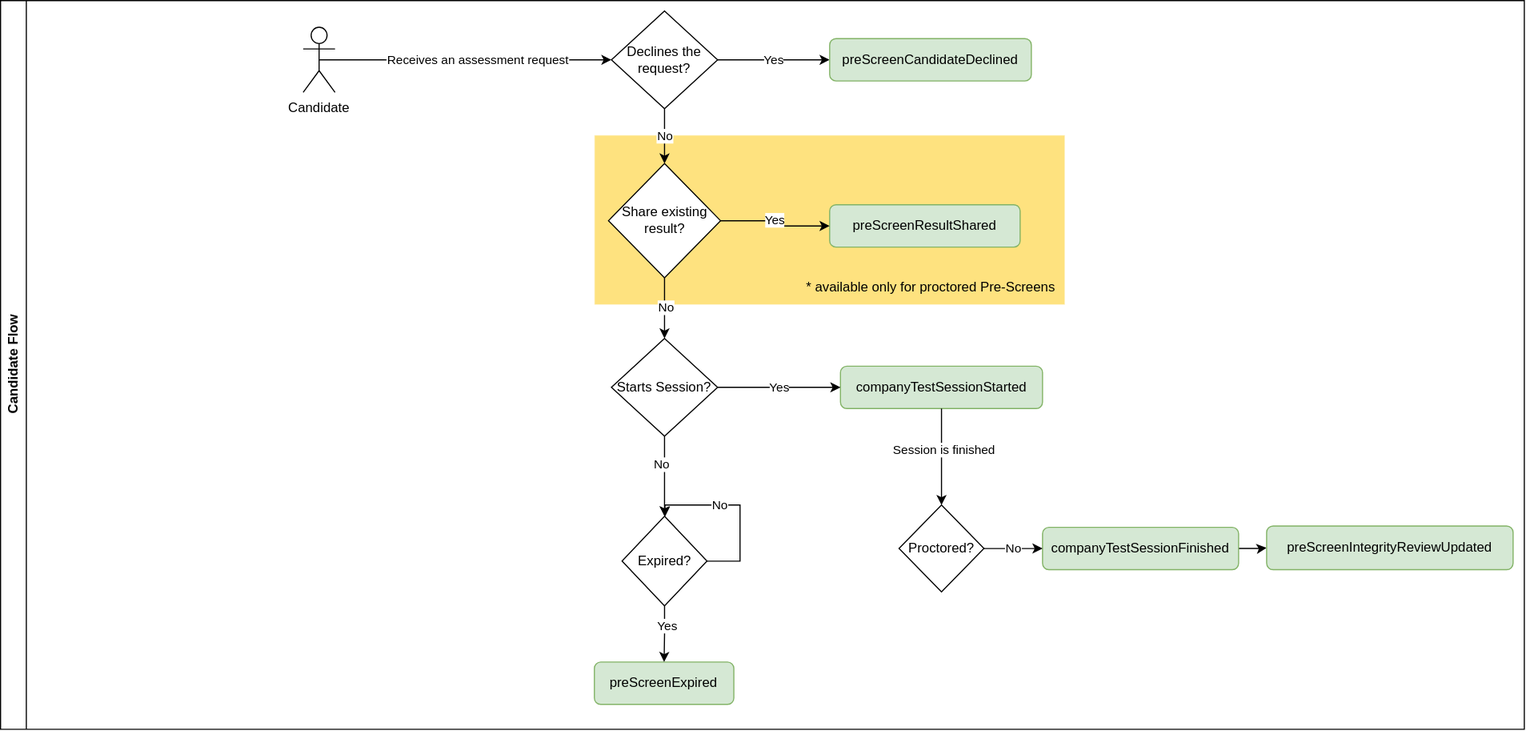
This is docs/images/candidate-events.svg from CodeSignal/developer-docs, a draw.io export, as it was before one commit. Source tidied: cells renumbered, new cells last; positions are measured from the earlier drawing's top-left corner, leaving out a move shared by most shapes.
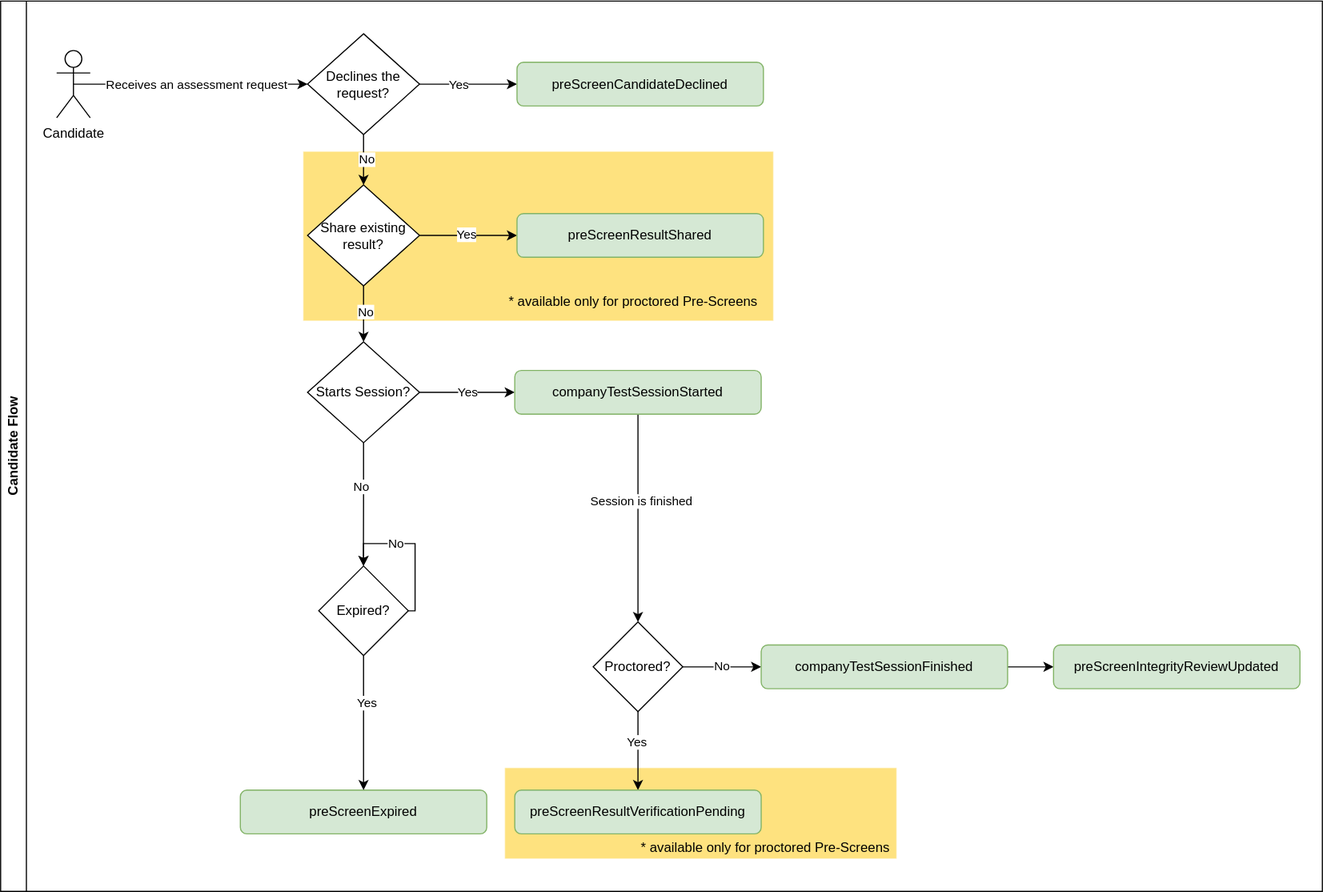
The same file after the commit.

Change to the diagram source:
```diff
@@ -3,113 +3,140 @@
     <mxCell id="0" />
     <mxCell id="1" parent="0" />
     <mxCell id="2" value="Candidate Flow" style="swimlane;horizontal=0;whiteSpace=wrap;html=1;" parent="1" vertex="1">
-      <mxGeometry width="1360" height="650" as="geometry" />
+      <mxGeometry width="1180" height="794.5" as="geometry" />
     </mxCell>
-    <mxCell id="3" style="rounded=0;whiteSpace=wrap;html=1;fillColor=#fec600ff;strokeColor=#FFFFFF;opacity=50;" parent="2" vertex="1">
-      <mxGeometry x="530" y="120" width="420" height="151.3" as="geometry" />
+    <mxCell id="3" value="Candidate" style="shape=umlActor;verticalLabelPosition=bottom;verticalAlign=top;html=1;outlineConnect=0;" parent="2" vertex="1">
+      <mxGeometry x="50" y="44.1" width="30" height="60" as="geometry" />
     </mxCell>
-    <mxCell id="4" value="Candidate" style="shape=umlActor;verticalLabelPosition=bottom;verticalAlign=top;html=1;outlineConnect=0;" parent="2" vertex="1">
-      <mxGeometry x="270.1" y="23.7" width="28.4" height="58.1" as="geometry" />
+    <mxCell id="4" style="edgeStyle=orthogonalEdgeStyle;rounded=0;jettySize=auto;html=1;exitX=0.5;exitY=0.5;exitDx=0;exitDy=0;exitPerimeter=0;entryX=0;entryY=0.5;entryDx=0;entryDy=0;" parent="2" edge="1" source="3" target="11">
+      <mxGeometry relative="1" as="geometry" />
     </mxCell>
-    <mxCell id="5" value="Starts Session?" style="rhombus;whiteSpace=wrap;html=1;" parent="2" vertex="1">
-      <mxGeometry x="545.2" y="301.4" width="94.8" height="87.2" as="geometry" />
+    <mxCell id="5" value="Receives an assessment request" style="edgeLabel;html=1;align=center;verticalAlign=middle;points=[];" parent="4" vertex="1">
+      <mxGeometry x="0.23" y="1" relative="1" as="geometry">
+        <mxPoint x="-20" y="1" as="offset" />
+      </mxGeometry>
     </mxCell>
-    <mxCell id="6" style="edgeStyle=orthogonalEdgeStyle;rounded=0;jettySize=auto;html=1;exitX=0.5;exitY=0.5;exitDx=0;exitDy=0;exitPerimeter=0;entryX=0;entryY=0.5;entryDx=0;entryDy=0;" parent="2" edge="1" source="4" target="24">
-      <mxGeometry relative="1" as="geometry" />
+    <mxCell id="6" style="rounded=0;whiteSpace=wrap;html=1;fillColor=#fec600ff;strokeColor=#FFFFFF;opacity=50;" parent="2" vertex="1">
+      <mxGeometry x="450" y="684.1" width="350" height="81.3" as="geometry" />
     </mxCell>
-    <mxCell id="7" value="Receives an assessment request" style="edgeLabel;html=1;align=center;verticalAlign=middle;" parent="6" vertex="1">
-      <mxGeometry x="0.23" y="1" relative="1" as="geometry">
-        <mxPoint x="-20" y="1" as="offset" />
-      </mxGeometry>
+    <mxCell id="7" style="rounded=0;whiteSpace=wrap;html=1;fillColor=#fec600ff;strokeColor=#FFFFFF;opacity=50;" parent="2" vertex="1">
+      <mxGeometry x="270" y="134.1" width="420" height="151.3" as="geometry" />
     </mxCell>
-    <mxCell id="8" value="companyTestSessionStarted" style="rounded=1;whiteSpace=wrap;html=1;fillColor=#d5e8d4;strokeColor=#82b366;" parent="2" vertex="1">
-      <mxGeometry x="749.6" y="326.1" width="180.4" height="37.8" as="geometry" />
+    <mxCell id="8" value="&lt;span style=&quot;color: rgb(0, 0, 0); font-family: Helvetica; font-size: 12px; font-style: normal; font-variant-ligatures: normal; font-variant-caps: normal; font-weight: 400; letter-spacing: normal; orphans: 2; text-indent: 0px; text-transform: none; widows: 2; word-spacing: 0px; -webkit-text-stroke-width: 0px; white-space: nowrap; text-decoration-thickness: initial; text-decoration-style: initial; text-decoration-color: initial; float: none; display: inline !important;&quot;&gt;* available only for proctored Pre-Screens&lt;/span&gt;" style="text;whiteSpace=wrap;html=1;fillColor=none;align=center;labelBackgroundColor=none;" parent="2" vertex="1">
+      <mxGeometry x="435" y="254.1" width="260" height="40" as="geometry" />
     </mxCell>
-    <mxCell id="9" value="Yes" style="edgeStyle=orthogonalEdgeStyle;rounded=0;jettySize=auto;html=1;entryX=0;entryY=0.5;entryDx=0;entryDy=0;" parent="2" edge="1" source="5" target="8">
+    <mxCell id="9" style="edgeStyle=orthogonalEdgeStyle;rounded=0;jettySize=auto;html=1;exitX=1;exitY=0.5;exitDx=0;exitDy=0;entryX=0;entryY=0.5;entryDx=0;entryDy=0;" parent="2" edge="1" source="11" target="12">
       <mxGeometry relative="1" as="geometry" />
     </mxCell>
-    <mxCell id="10" value="Proctored?" style="rhombus;whiteSpace=wrap;html=1;" parent="2" vertex="1">
-      <mxGeometry x="801.9" y="450" width="75.8" height="77.5" as="geometry" />
+    <mxCell id="10" value="Yes" style="edgeLabel;html=1;align=center;verticalAlign=middle;points=[];" parent="9" vertex="1">
+      <mxGeometry x="-0.2" y="-2" relative="1" as="geometry">
+        <mxPoint y="-2" as="offset" />
+      </mxGeometry>
     </mxCell>
-    <mxCell id="11" style="edgeStyle=orthogonalEdgeStyle;rounded=0;jettySize=auto;html=1;exitX=0.5;exitY=1;exitDx=0;exitDy=0;entryX=0.5;entryY=0;entryDx=0;entryDy=0;" parent="2" edge="1" source="8" target="10">
-      <mxGeometry relative="1" as="geometry" />
+    <mxCell id="11" value="Declines the request?" style="rhombus;whiteSpace=wrap;html=1;" parent="2" vertex="1">
+      <mxGeometry x="274" y="29.1" width="100" height="90" as="geometry" />
     </mxCell>
-    <mxCell id="12" value="Session is finished" style="edgeLabel;html=1;align=center;verticalAlign=middle;points=[];" parent="11" vertex="1">
-      <mxGeometry x="-0.16" y="2" relative="1" as="geometry" />
+    <mxCell id="12" value="preScreenCandidateDeclined" style="rounded=1;whiteSpace=wrap;html=1;fillColor=#d5e8d4;strokeColor=#82b366;" parent="2" vertex="1">
+      <mxGeometry x="461" y="54.6" width="220" height="39" as="geometry" />
     </mxCell>
-    <mxCell id="13" style="edgeStyle=orthogonalEdgeStyle;rounded=0;jettySize=auto;html=1;" parent="2" edge="1" source="14" target="34">
+    <mxCell id="13" value="Yes" style="edgeStyle=orthogonalEdgeStyle;rounded=0;jettySize=auto;html=1;exitX=1;exitY=0.5;exitDx=0;exitDy=0;entryX=0;entryY=0.5;entryDx=0;entryDy=0;" parent="2" edge="1" source="16" target="19">
       <mxGeometry relative="1" as="geometry" />
     </mxCell>
-    <mxCell id="14" value="companyTestSessionFinished" style="rounded=1;whiteSpace=wrap;html=1;fillColor=#d5e8d4;strokeColor=#82b366;" parent="2" vertex="1">
-      <mxGeometry x="930" y="469.9" width="175" height="37.8" as="geometry" />
+    <mxCell id="14" style="edgeStyle=orthogonalEdgeStyle;rounded=0;jettySize=auto;html=1;exitX=0.5;exitY=1;exitDx=0;exitDy=0;" parent="2" edge="1" source="16">
+      <mxGeometry relative="1" as="geometry">
+        <mxPoint x="323.9" y="504.1" as="targetPoint" />
+      </mxGeometry>
     </mxCell>
-    <mxCell id="15" value="No" style="edgeStyle=orthogonalEdgeStyle;rounded=0;jettySize=auto;html=1;exitX=1;exitY=0.5;exitDx=0;exitDy=0;entryX=0;entryY=0.5;entryDx=0;entryDy=0;" parent="2" edge="1" source="10" target="14">
-      <mxGeometry relative="1" as="geometry" />
+    <mxCell id="15" value="No" style="edgeLabel;html=1;align=center;verticalAlign=middle;" parent="14" vertex="1">
+      <mxGeometry x="-0.3" y="-3" relative="1" as="geometry" />
     </mxCell>
-    <mxCell id="16" value="preScreenExpired" style="rounded=1;whiteSpace=wrap;html=1;fillColor=#d5e8d4;strokeColor=#82b366;" parent="2" vertex="1">
-      <mxGeometry x="530" y="590" width="124.5" height="37.8" as="geometry" />
+    <mxCell id="16" value="Starts Session?" style="rhombus;whiteSpace=wrap;html=1;" parent="2" vertex="1">
+      <mxGeometry x="274" y="304.1" width="100" height="90" as="geometry" />
     </mxCell>
-    <mxCell id="17" style="edgeStyle=orthogonalEdgeStyle;rounded=0;jettySize=auto;html=1;entryX=0.5;entryY=0;entryDx=0;entryDy=0;" parent="2" edge="1" source="21" target="16">
+    <mxCell id="17" style="edgeStyle=orthogonalEdgeStyle;rounded=0;jettySize=auto;html=1;exitX=0.5;exitY=1;exitDx=0;exitDy=0;entryX=0.5;entryY=0;entryDx=0;entryDy=0;" parent="2" edge="1" source="19" target="23">
       <mxGeometry relative="1" as="geometry" />
     </mxCell>
-    <mxCell id="18" value="Yes" style="edgeLabel;html=1;align=center;verticalAlign=middle;" parent="17" vertex="1">
-      <mxGeometry x="-0.3" y="2" relative="1" as="geometry" />
+    <mxCell id="18" value="Session is finished" style="edgeLabel;html=1;align=center;verticalAlign=middle;" parent="17" vertex="1">
+      <mxGeometry x="-0.16" y="2" relative="1" as="geometry" />
     </mxCell>
-    <mxCell id="19" style="edgeStyle=orthogonalEdgeStyle;rounded=0;jettySize=auto;html=1;" parent="2" edge="1" source="5" target="21">
-      <mxGeometry relative="1" as="geometry" />
+    <mxCell id="19" value="companyTestSessionStarted" style="rounded=1;whiteSpace=wrap;html=1;fillColor=#d5e8d4;strokeColor=#82b366;" parent="2" vertex="1">
+      <mxGeometry x="459" y="329.6" width="220" height="39" as="geometry" />
     </mxCell>
-    <mxCell id="20" value="No" style="edgeLabel;html=1;align=center;verticalAlign=middle;" parent="19" vertex="1">
-      <mxGeometry x="-0.3" y="-3" relative="1" as="geometry" />
+    <mxCell id="20" style="edgeStyle=orthogonalEdgeStyle;rounded=0;jettySize=auto;html=1;exitX=0.5;exitY=1;exitDx=0;exitDy=0;entryX=0.5;entryY=0;entryDx=0;entryDy=0;" parent="2" edge="1" source="23" target="26">
+      <mxGeometry relative="1" as="geometry" />
     </mxCell>
-    <mxCell id="21" value="Expired?" style="rhombus;whiteSpace=wrap;html=1;" parent="2" vertex="1">
-      <mxGeometry x="554.7" y="460" width="75.8" height="80" as="geometry" />
+    <mxCell id="21" value="Yes" style="edgeLabel;html=1;align=center;verticalAlign=middle;points=[];" parent="20" vertex="1">
+      <mxGeometry x="-0.23" y="-2" relative="1" as="geometry" />
     </mxCell>
-    <mxCell id="22" value="Yes" style="edgeStyle=orthogonalEdgeStyle;rounded=0;jettySize=auto;html=1;exitX=1;exitY=0.5;exitDx=0;exitDy=0;entryX=0;entryY=0.5;entryDx=0;entryDy=0;" parent="2" edge="1" source="24" target="25">
-      <mxGeometry relative="1" as="geometry" />
+    <mxCell id="22" value="No" style="edgeStyle=orthogonalEdgeStyle;rounded=0;jettySize=auto;html=1;exitX=1;exitY=0.5;exitDx=0;exitDy=0;entryX=0;entryY=0.5;entryDx=0;entryDy=0;" parent="2" edge="1" source="23">
+      <mxGeometry relative="1" as="geometry">
+        <mxPoint x="679" y="594.1" as="targetPoint" />
+      </mxGeometry>
     </mxCell>
-    <mxCell id="23" value="No" style="edgeStyle=orthogonalEdgeStyle;rounded=0;jettySize=auto;html=1;exitX=0.5;exitY=1;exitDx=0;exitDy=0;entryX=0.5;entryY=0;entryDx=0;entryDy=0;" parent="2" edge="1" source="24" target="28">
-      <mxGeometry relative="1" as="geometry" />
+    <mxCell id="23" value="Proctored?" style="rhombus;whiteSpace=wrap;html=1;" parent="2" vertex="1">
+      <mxGeometry x="529" y="554.1" width="80" height="80" as="geometry" />
     </mxCell>
-    <mxCell id="24" value="Declines the request?" style="rhombus;whiteSpace=wrap;html=1;" parent="2" vertex="1">
-      <mxGeometry x="545.2" y="9.2" width="94.8" height="87.2" as="geometry" />
+    <mxCell id="24" style="edgeStyle=orthogonalEdgeStyle;rounded=0;jettySize=auto;html=1;" parent="2" edge="1" source="25" target="40">
+      <mxGeometry relative="1" as="geometry" />
     </mxCell>
-    <mxCell id="25" value="preScreenCandidateDeclined" style="rounded=1;whiteSpace=wrap;html=1;fillColor=#d5e8d4;strokeColor=#82b366;" parent="2" vertex="1">
-      <mxGeometry x="740" y="33.9" width="180" height="37.8" as="geometry" />
+    <mxCell id="25" value="companyTestSessionFinished" style="rounded=1;whiteSpace=wrap;html=1;fillColor=#d5e8d4;strokeColor=#82b366;" parent="2" vertex="1">
+      <mxGeometry x="679" y="574.6" width="220" height="39" as="geometry" />
     </mxCell>
-    <mxCell id="26" style="edgeStyle=orthogonalEdgeStyle;rounded=0;jettySize=auto;html=1;exitX=0.5;exitY=1;exitDx=0;exitDy=0;entryX=0.5;entryY=0;entryDx=0;entryDy=0;" parent="2" edge="1" source="28" target="5">
-      <mxGeometry relative="1" as="geometry" />
+    <mxCell id="26" value="preScreenResultVerificationPending" style="rounded=1;whiteSpace=wrap;html=1;fillColor=#d5e8d4;strokeColor=#82b366;" parent="2" vertex="1">
+      <mxGeometry x="459" y="704.1" width="220" height="39" as="geometry" />
     </mxCell>
-    <mxCell id="27" value="No" style="edgeLabel;html=1;align=center;verticalAlign=middle;points=[];" parent="26" vertex="1">
-      <mxGeometry x="-0.03" y="1" relative="1" as="geometry" />
+    <mxCell id="27" value="preScreenExpired" style="rounded=1;whiteSpace=wrap;html=1;fillColor=#d5e8d4;strokeColor=#82b366;" parent="2" vertex="1">
+      <mxGeometry x="214" y="704.1" width="220" height="39" as="geometry" />
     </mxCell>
-    <mxCell id="28" value="Share existing result?" style="rhombus;whiteSpace=wrap;html=1;" parent="2" vertex="1">
-      <mxGeometry x="542.6" y="145.3" width="100" height="101.9" as="geometry" />
+    <mxCell id="28" style="edgeStyle=orthogonalEdgeStyle;rounded=0;jettySize=auto;html=1;exitX=0.5;exitY=1;exitDx=0;exitDy=0;entryX=0.5;entryY=0;entryDx=0;entryDy=0;" parent="2" edge="1" source="30" target="27">
+      <mxGeometry relative="1" as="geometry" />
     </mxCell>
-    <mxCell id="29" value="preScreenResultShared" style="rounded=1;whiteSpace=wrap;html=1;fillColor=#d5e8d4;strokeColor=#82b366;" parent="2" vertex="1">
-      <mxGeometry x="740" y="182.1" width="170" height="37.8" as="geometry" />
+    <mxCell id="29" value="Yes" style="edgeLabel;html=1;align=center;verticalAlign=middle;points=[];" parent="28" vertex="1">
+      <mxGeometry x="-0.3" y="2" relative="1" as="geometry" />
     </mxCell>
-    <mxCell id="30" style="edgeStyle=orthogonalEdgeStyle;rounded=0;jettySize=auto;html=1;" parent="2" edge="1" source="28" target="29">
-      <mxGeometry relative="1" as="geometry" />
+    <mxCell id="30" value="Expired?" style="rhombus;whiteSpace=wrap;html=1;" parent="2" vertex="1">
+      <mxGeometry x="284" y="504.1" width="80" height="80" as="geometry" />
     </mxCell>
-    <mxCell id="31" value="Yes" style="edgeLabel;html=1;align=center;verticalAlign=middle;" parent="30" vertex="1">
-      <mxGeometry x="-0.06" y="2" relative="1" as="geometry">
-        <mxPoint y="1" as="offset" />
+    <mxCell id="31" value="No" style="edgeStyle=orthogonalEdgeStyle;rounded=0;orthogonalLoop=1;jettySize=auto;html=1;exitX=1;exitY=0.5;exitDx=0;exitDy=0;entryX=0.5;entryY=0;entryDx=0;entryDy=0;" parent="2" edge="1" source="30" target="30">
+      <mxGeometry x="0.25" relative="1" as="geometry">
+        <Array as="points">
+          <mxPoint x="370" y="544.1" />
+          <mxPoint x="370" y="484.1" />
+          <mxPoint x="324" y="484.1" />
+        </Array>
       </mxGeometry>
     </mxCell>
-    <mxCell id="32" value="No" style="edgeStyle=orthogonalEdgeStyle;rounded=0;orthogonalLoop=1;jettySize=auto;html=1;exitX=1;exitY=0.5;exitDx=0;exitDy=0;" parent="2" edge="1" source="21" target="21">
-      <mxGeometry x="0.25" relative="1" as="geometry">
-        <Array as="points">
-          <mxPoint x="660" y="500" />
-          <mxPoint x="660" y="450" />
-          <mxPoint x="593" y="450" />
-        </Array>
-      </mxGeometry>
+    <mxCell id="32" style="edgeStyle=orthogonalEdgeStyle;rounded=0;jettySize=auto;html=1;" parent="2" edge="1" source="36" target="16">
+      <mxGeometry relative="1" as="geometry" />
     </mxCell>
-    <mxCell id="33" value="* available only for proctored Pre-Screens" style="text;html=1;align=center;verticalAlign=middle;strokeColor=none;fillColor=none;" parent="2" vertex="1">
-      <mxGeometry x="705" y="241.3" width="250" height="30" as="geometry" />
+    <mxCell id="33" value="No" style="edgeLabel;html=1;align=center;verticalAlign=middle;" parent="32" vertex="1">
+      <mxGeometry x="-0.1" y="1" relative="1" as="geometry" />
     </mxCell>
-    <mxCell id="34" value="preScreenIntegrityReviewUpdated" style="rounded=1;whiteSpace=wrap;html=1;fillColor=#d5e8d4;strokeColor=#82b366;" parent="2" vertex="1">
-      <mxGeometry x="1130" y="468.6" width="220" height="39" as="geometry" />
+    <mxCell id="34" style="edgeStyle=orthogonalEdgeStyle;rounded=0;jettySize=auto;html=1;" parent="2" edge="1" source="36" target="39">
+      <mxGeometry relative="1" as="geometry" />
     </mxCell>
+    <mxCell id="35" value="Yes" style="edgeLabel;html=1;align=center;verticalAlign=middle;" parent="34" vertex="1">
+      <mxGeometry x="-0.06" y="2" relative="1" as="geometry">
+        <mxPoint y="1" as="offset" />
+      </mxGeometry>
+    </mxCell>
+    <mxCell id="36" value="Share existing result?" style="rhombus;whiteSpace=wrap;html=1;" parent="2" vertex="1">
+      <mxGeometry x="274" y="164.1" width="100" height="90" as="geometry" />
+    </mxCell>
+    <mxCell id="37" style="edgeStyle=orthogonalEdgeStyle;rounded=0;jettySize=auto;html=1;" parent="2" edge="1" source="11" target="36">
+      <mxGeometry relative="1" as="geometry" />
+    </mxCell>
+    <mxCell id="38" value="No" style="edgeLabel;html=1;align=center;verticalAlign=middle;" parent="37" vertex="1">
+      <mxGeometry x="-0.04" y="2" relative="1" as="geometry" />
+    </mxCell>
+    <mxCell id="39" value="preScreenResultShared" style="rounded=1;whiteSpace=wrap;html=1;fillColor=#d5e8d4;strokeColor=#82b366;" parent="2" vertex="1">
+      <mxGeometry x="461" y="189.6" width="220" height="39" as="geometry" />
+    </mxCell>
+    <mxCell id="40" value="preScreenIntegrityReviewUpdated" style="rounded=1;whiteSpace=wrap;html=1;fillColor=#d5e8d4;strokeColor=#82b366;" parent="2" vertex="1">
+      <mxGeometry x="940" y="574.6" width="220" height="39" as="geometry" />
+    </mxCell>
+    <mxCell id="41" value="&lt;span style=&quot;color: rgb(0, 0, 0); font-family: Helvetica; font-size: 12px; font-style: normal; font-variant-ligatures: normal; font-variant-caps: normal; font-weight: 400; letter-spacing: normal; orphans: 2; text-indent: 0px; text-transform: none; widows: 2; word-spacing: 0px; -webkit-text-stroke-width: 0px; white-space: nowrap; text-decoration-thickness: initial; text-decoration-style: initial; text-decoration-color: initial; float: none; display: inline !important;&quot;&gt;* available only for proctored Pre-Screens&lt;/span&gt;" style="text;whiteSpace=wrap;html=1;fillColor=none;align=center;labelBackgroundColor=none;" parent="2" vertex="1">
+      <mxGeometry x="553" y="741.1" width="260" height="30" as="geometry" />
+    </mxCell>
   </root>
 </mxGraphModel>
```
